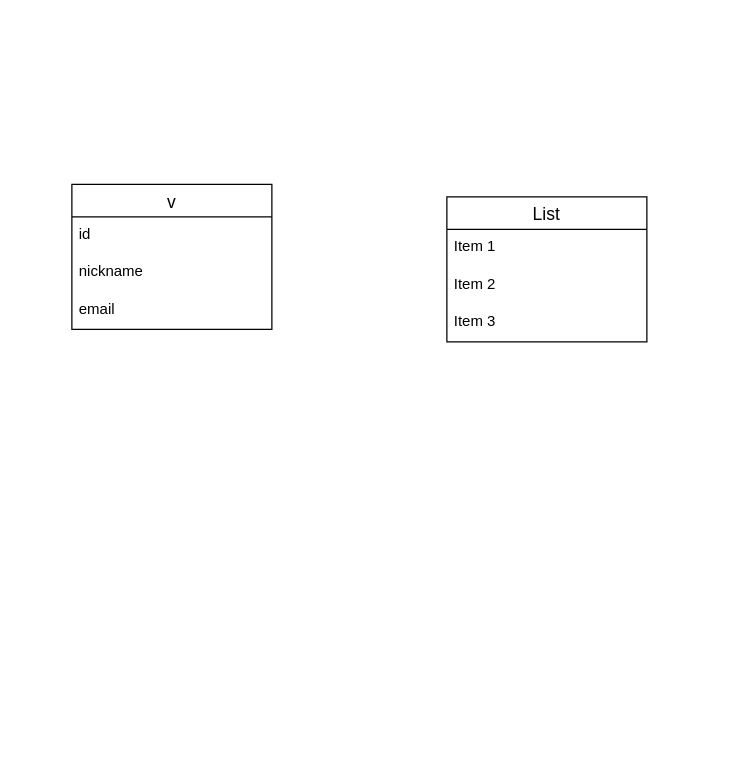
Above: config/ER.dio in katsuki0330/furima-36330 (draw.io), before the change. Source tidied: cells renumbered, new cells numbered last; positions are measured from the earlier drawing's top-left corner, leaving out a move shared by most shapes. Both pictures are drawn from the tidied source at 125%, with x=0, y=0 at pixel (71, 184).
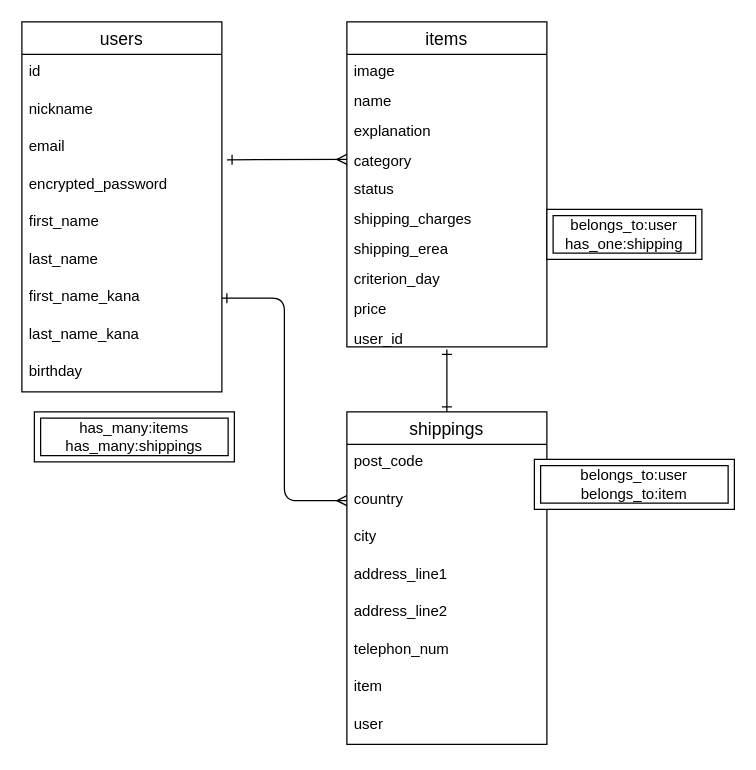
After the change.

Unchanged cells that the change refers to:
```xml
<mxCell id="5" value="email" style="text;strokeColor=none;fillColor=none;spacingLeft=4;spacingRight=4;overflow=hidden;points=[[0,0.5],[1,0.5]];portConstraint=eastwest;fontSize=12;" parent="2" vertex="1">
  <mxGeometry y="86" width="160" height="30" as="geometry" />
</mxCell>
```

What changed in the source:
```diff
@@
-    <mxCell id="2" value="v" style="swimlane;fontStyle=0;horizontal=1;startSize=26;align=center;fontSize=14;" parent="1" vertex="1">
-      <mxGeometry width="160" height="116" as="geometry" />
+    <mxCell id="2" value="users" style="swimlane;fontStyle=0;horizontal=1;startSize=26;align=center;fontSize=14;" parent="1" vertex="1">
+      <mxGeometry x="-40" y="-130" width="160" height="296" as="geometry" />
     </mxCell>
@@
+    <mxCell id="10" value="encrypted_password" style="text;strokeColor=none;fillColor=none;spacingLeft=4;spacingRight=4;overflow=hidden;fontSize=12;" parent="2" vertex="1">
+      <mxGeometry y="116" width="160" height="30" as="geometry" />
+    </mxCell>
+    <mxCell id="11" value="first_name" style="text;strokeColor=none;fillColor=none;spacingLeft=4;spacingRight=4;overflow=hidden;fontSize=12;" parent="2" vertex="1">
+      <mxGeometry y="146" width="160" height="30" as="geometry" />
+    </mxCell>
+    <mxCell id="12" value="last_name" style="text;strokeColor=none;fillColor=none;spacingLeft=4;spacingRight=4;overflow=hidden;fontSize=12;" parent="2" vertex="1">
+      <mxGeometry y="176" width="160" height="30" as="geometry" />
+    </mxCell>
+    <mxCell id="13" value="first_name_kana" style="text;strokeColor=none;fillColor=none;spacingLeft=4;spacingRight=4;overflow=hidden;points=[[0,0.5],[1,0.5]];portConstraint=eastwest;fontSize=12;" parent="2" vertex="1">
+      <mxGeometry y="206" width="160" height="30" as="geometry" />
+    </mxCell>
+    <mxCell id="14" value="last_name_kana" style="text;strokeColor=none;fillColor=none;spacingLeft=4;spacingRight=4;overflow=hidden;fontSize=12;" parent="2" vertex="1">
+      <mxGeometry y="236" width="160" height="30" as="geometry" />
+    </mxCell>
+    <mxCell id="15" value="birthday" style="text;strokeColor=none;fillColor=none;spacingLeft=4;spacingRight=4;overflow=hidden;fontSize=12;" parent="2" vertex="1">
+      <mxGeometry y="266" width="160" height="30" as="geometry" />
+    </mxCell>
-    <mxCell id="6" value="List" style="swimlane;fontStyle=0;horizontal=1;startSize=26;align=center;fontSize=14;" parent="1" vertex="1">
-      <mxGeometry x="300" y="10" width="160" height="116" as="geometry" />
+    <mxCell id="6" value="items" style="swimlane;fontStyle=0;horizontal=1;startSize=26;align=center;fontSize=14;" parent="1" vertex="1">
+      <mxGeometry x="220" y="-130" width="160" height="260" as="geometry" />
     </mxCell>
+    <mxCell id="16" value="image" style="text;strokeColor=none;fillColor=none;spacingLeft=4;spacingRight=4;overflow=hidden;fontSize=12;" parent="6" vertex="1">
+      <mxGeometry y="26" width="160" height="24" as="geometry" />
+    </mxCell>
-    <mxCell id="7" value="Item 1" style="text;strokeColor=none;fillColor=none;spacingLeft=4;spacingRight=4;overflow=hidden;fontSize=12;" parent="6" vertex="1">
-      <mxGeometry y="26" width="160" height="30" as="geometry" />
+    <mxCell id="7" value="name" style="text;strokeColor=none;fillColor=none;spacingLeft=4;spacingRight=4;overflow=hidden;fontSize=12;" parent="6" vertex="1">
+      <mxGeometry y="50" width="160" height="24" as="geometry" />
     </mxCell>
+    <mxCell id="17" value="explanation" style="text;strokeColor=none;fillColor=none;spacingLeft=4;spacingRight=4;overflow=hidden;fontSize=12;" parent="6" vertex="1">
+      <mxGeometry y="74" width="160" height="24" as="geometry" />
+    </mxCell>
+    <mxCell id="18" value="category" style="text;strokeColor=none;fillColor=none;spacingLeft=4;spacingRight=4;overflow=hidden;fontSize=12;" parent="6" vertex="1">
+      <mxGeometry y="98" width="160" height="22" as="geometry" />
+    </mxCell>
+    <mxCell id="19" value="status" style="text;strokeColor=none;fillColor=none;spacingLeft=4;spacingRight=4;overflow=hidden;fontSize=12;" parent="6" vertex="1">
+      <mxGeometry y="120" width="160" height="24" as="geometry" />
+    </mxCell>
+    <mxCell id="20" value="shipping_charges" style="text;strokeColor=none;fillColor=none;spacingLeft=4;spacingRight=4;overflow=hidden;fontSize=12;" parent="6" vertex="1">
+      <mxGeometry y="144" width="160" height="24" as="geometry" />
+    </mxCell>
-    <mxCell id="8" value="Item 2" style="text;strokeColor=none;fillColor=none;spacingLeft=4;spacingRight=4;overflow=hidden;fontSize=12;" parent="6" vertex="1">
-      <mxGeometry y="56" width="160" height="30" as="geometry" />
+    <mxCell id="8" value="shipping_erea" style="text;strokeColor=none;fillColor=none;spacingLeft=4;spacingRight=4;overflow=hidden;fontSize=12;" parent="6" vertex="1">
+      <mxGeometry y="168" width="160" height="24" as="geometry" />
     </mxCell>
+    <mxCell id="21" value="criterion_day" style="text;strokeColor=none;fillColor=none;spacingLeft=4;spacingRight=4;overflow=hidden;fontSize=12;" parent="6" vertex="1">
+      <mxGeometry y="192" width="160" height="24" as="geometry" />
+    </mxCell>
-    <mxCell id="9" value="Item 3" style="text;strokeColor=none;fillColor=none;spacingLeft=4;spacingRight=4;overflow=hidden;fontSize=12;" parent="6" vertex="1">
-      <mxGeometry y="86" width="160" height="30" as="geometry" />
+    <mxCell id="9" value="price" style="text;strokeColor=none;fillColor=none;spacingLeft=4;spacingRight=4;overflow=hidden;fontSize=12;" parent="6" vertex="1">
+      <mxGeometry y="216" width="160" height="24" as="geometry" />
     </mxCell>
+    <mxCell id="22" value="user_id" style="text;strokeColor=none;fillColor=none;spacingLeft=4;spacingRight=4;overflow=hidden;fontSize=12;" parent="6" vertex="1">
+      <mxGeometry y="240" width="160" height="20" as="geometry" />
+    </mxCell>
+    <mxCell id="23" value="shippings" style="swimlane;fontStyle=0;horizontal=1;startSize=26;align=center;fontSize=14;" parent="1" vertex="1">
+      <mxGeometry x="220" y="182" width="160" height="266" as="geometry" />
+    </mxCell>
+    <mxCell id="24" value="post_code" style="text;strokeColor=none;fillColor=none;spacingLeft=4;spacingRight=4;overflow=hidden;fontSize=12;" parent="23" vertex="1">
+      <mxGeometry y="26" width="160" height="30" as="geometry" />
+    </mxCell>
+    <mxCell id="25" value="country" style="text;strokeColor=none;fillColor=none;spacingLeft=4;spacingRight=4;overflow=hidden;points=[[0,0.5],[1,0.5]];portConstraint=eastwest;fontSize=12;" parent="23" vertex="1">
+      <mxGeometry y="56" width="160" height="30" as="geometry" />
+    </mxCell>
+    <mxCell id="26" value="city" style="text;strokeColor=none;fillColor=none;spacingLeft=4;spacingRight=4;overflow=hidden;fontSize=12;" parent="23" vertex="1">
+      <mxGeometry y="86" width="160" height="30" as="geometry" />
+    </mxCell>
+    <mxCell id="27" value="address_line1" style="text;strokeColor=none;fillColor=none;spacingLeft=4;spacingRight=4;overflow=hidden;fontSize=12;" parent="23" vertex="1">
+      <mxGeometry y="116" width="160" height="30" as="geometry" />
+    </mxCell>
+    <mxCell id="28" value="address_line2" style="text;strokeColor=none;fillColor=none;spacingLeft=4;spacingRight=4;overflow=hidden;fontSize=12;" parent="23" vertex="1">
+      <mxGeometry y="146" width="160" height="30" as="geometry" />
+    </mxCell>
+    <mxCell id="29" value="telephon_num" style="text;strokeColor=none;fillColor=none;spacingLeft=4;spacingRight=4;overflow=hidden;fontSize=12;" parent="23" vertex="1">
+      <mxGeometry y="176" width="160" height="30" as="geometry" />
+    </mxCell>
+    <mxCell id="30" value="item" style="text;strokeColor=none;fillColor=none;spacingLeft=4;spacingRight=4;overflow=hidden;fontSize=12;" parent="23" vertex="1">
+      <mxGeometry y="206" width="160" height="30" as="geometry" />
+    </mxCell>
+    <mxCell id="31" value="user" style="text;strokeColor=none;fillColor=none;spacingLeft=4;spacingRight=4;overflow=hidden;fontSize=12;" parent="23" vertex="1">
+      <mxGeometry y="236" width="160" height="30" as="geometry" />
+    </mxCell>
+    <mxCell id="32" value="belongs_to:user&lt;br&gt;has_one:shipping" style="shape=ext;margin=3;double=1;whiteSpace=wrap;html=1;align=center;" parent="1" vertex="1">
+      <mxGeometry x="380" y="20" width="124" height="40" as="geometry" />
+    </mxCell>
+    <mxCell id="33" value="belongs_to:user&lt;br&gt;belongs_to:item" style="shape=ext;margin=3;double=1;whiteSpace=wrap;html=1;align=center;" parent="1" vertex="1">
+      <mxGeometry x="370" y="220" width="160" height="40" as="geometry" />
+    </mxCell>
+    <mxCell id="34" style="edgeStyle=orthogonalEdgeStyle;fontSize=12;html=1;endArrow=ERone;startArrow=ERone;exitX=0.5;exitY=0;exitDx=0;exitDy=0;elbow=vertical;startFill=0;endFill=0;" parent="1" edge="1" source="23">
+      <mxGeometry relative="1" as="geometry">
+        <mxPoint x="300" y="132" as="targetPoint" />
+      </mxGeometry>
+    </mxCell>
+    <mxCell id="35" style="edgeStyle=orthogonalEdgeStyle;fontSize=12;html=1;endArrow=ERmany;startArrow=ERone;exitX=1;exitY=0.5;exitDx=0;exitDy=0;entryX=0;entryY=0.5;entryDx=0;entryDy=0;startFill=0;endFill=0;" parent="1" edge="1" source="13" target="25">
+      <mxGeometry relative="1" as="geometry" />
+    </mxCell>
+    <mxCell id="36" value="has_many:items&lt;br&gt;has_many:shippings" style="shape=ext;margin=3;double=1;whiteSpace=wrap;html=1;align=center;" parent="1" vertex="1">
+      <mxGeometry x="-30" y="182" width="160" height="40" as="geometry" />
+    </mxCell>
+    <mxCell id="37" style="html=1;exitX=1.026;exitY=0.812;exitDx=0;exitDy=0;startArrow=ERone;startFill=0;endArrow=ERmany;endFill=0;exitPerimeter=0;" parent="1" edge="1" source="5">
+      <mxGeometry relative="1" as="geometry">
+        <mxPoint x="220" y="-20" as="targetPoint" />
+      </mxGeometry>
+    </mxCell>
```
